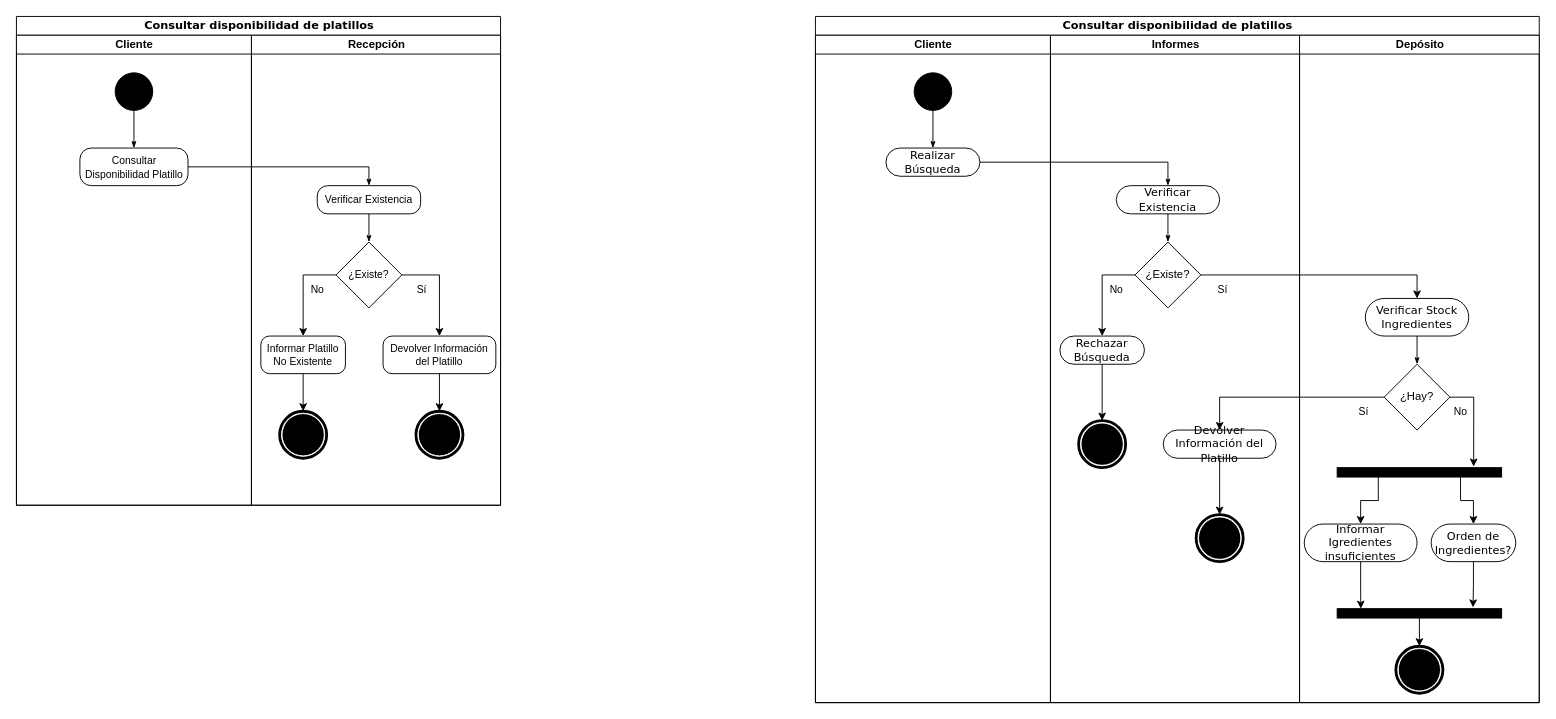
Before: TP1/diagramas/actividad/Actividad - Consultar disponibilidad de platillo.drawio in mauro7x/aninfo, a draw.io diagram. Source tidied: cells renumbered, new cells numbered last; positions are measured from the earlier drawing's top-left corner, leaving out a move shared by most shapes. Both pictures are drawn from the tidied source at 94%, with x=0, y=0 at pixel (16, 16).
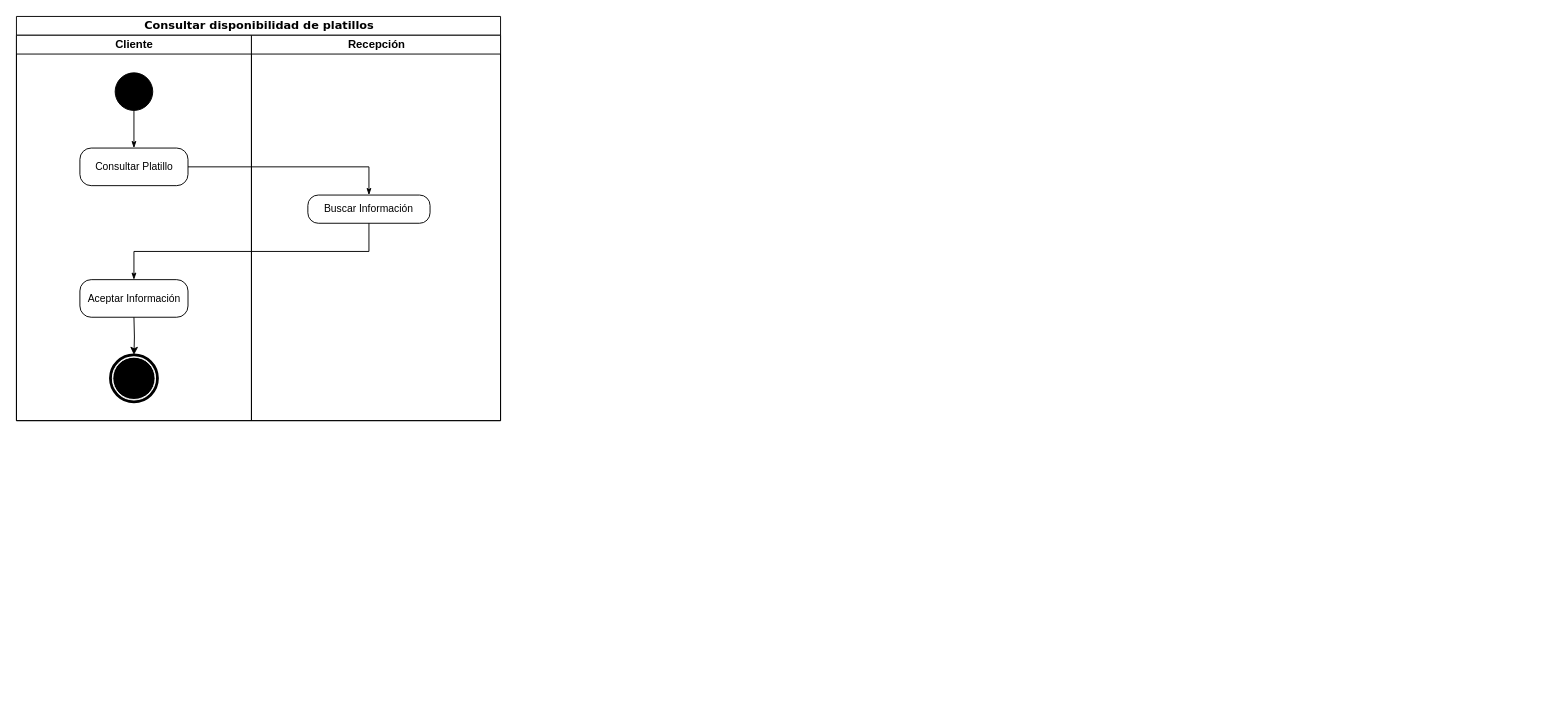
Above is the later version.

Commit message (it also covers changes not shown here):
Corregidos diagramas de actividad

The edit, as a diff of the source:
```diff
@@
     <mxCell id="2" value="Consultar disponibilidad de platillos" style="swimlane;html=1;startSize=20;rounded=0;shadow=0;comic=0;labelBackgroundColor=none;strokeWidth=1;fontFamily=Verdana;fontSize=12;align=center;" parent="1" vertex="1">
-      <mxGeometry width="515" height="520" as="geometry" />
+      <mxGeometry width="515" height="430" as="geometry" />
     </mxCell>
     <mxCell id="3" value="Cliente" style="swimlane;html=1;startSize=20;" parent="2" vertex="1">
-      <mxGeometry y="20" width="250" height="500" as="geometry" />
+      <mxGeometry y="20" width="250" height="410" as="geometry" />
     </mxCell>
-    <mxCell id="4" value="&lt;font style=&quot;font-size: 11px&quot;&gt;Consultar Disponibilidad Platillo&lt;/font&gt;" style="rounded=1;whiteSpace=wrap;html=1;shadow=0;comic=0;labelBackgroundColor=none;strokeWidth=1;fontFamily=Helvetica;fontSize=12;align=center;arcSize=30;" parent="3" vertex="1">
+    <mxCell id="4" value="&lt;font style=&quot;font-size: 11px&quot;&gt;Consultar Platillo&lt;/font&gt;" style="rounded=1;whiteSpace=wrap;html=1;shadow=0;comic=0;labelBackgroundColor=none;strokeWidth=1;fontFamily=Helvetica;fontSize=12;align=center;arcSize=30;" parent="3" vertex="1">
       <mxGeometry x="67.5" y="120" width="115" height="40" as="geometry" />
     </mxCell>
@@
+    <mxCell id="62" value="&lt;font style=&quot;font-size: 11px&quot;&gt;Aceptar Información&lt;/font&gt;" style="rounded=1;whiteSpace=wrap;html=1;shadow=0;comic=0;labelBackgroundColor=none;strokeWidth=1;fontFamily=Helvetica;fontSize=12;align=center;arcSize=30;" parent="3" vertex="1">
+      <mxGeometry x="67.5" y="260" width="115" height="40" as="geometry" />
+    </mxCell>
+    <mxCell id="63" style="edgeStyle=orthogonalEdgeStyle;rounded=0;jettySize=auto;html=1;entryX=0.5;entryY=0;entryDx=0;entryDy=0;exitX=0.5;exitY=1;exitDx=0;exitDy=0;fontFamily=Helvetica;" parent="3" edge="1" target="64">
+      <mxGeometry relative="1" as="geometry">
+        <mxPoint x="125" y="300" as="sourcePoint" />
+      </mxGeometry>
+    </mxCell>
+    <mxCell id="64" style="shape=mxgraph.bpmn.shape;html=1;verticalLabelPosition=bottom;labelBackgroundColor=#ffffff;verticalAlign=top;align=center;perimeter=ellipsePerimeter;outlineConnect=0;outline=end;symbol=terminate;fontFamily=Helvetica;" parent="3" vertex="1">
+      <mxGeometry x="100" y="340" width="50" height="50" as="geometry" />
+    </mxCell>
@@
     <mxCell id="8" value="Recepción" style="swimlane;html=1;startSize=20;" parent="2" vertex="1">
-      <mxGeometry x="250" y="20" width="265" height="500" as="geometry" />
+      <mxGeometry x="250" y="20" width="265" height="410" as="geometry" />
     </mxCell>
-    <mxCell id="9" value="Informar Platillo No Existente" style="rounded=1;whiteSpace=wrap;html=1;shadow=0;comic=0;labelBackgroundColor=none;strokeWidth=1;fontFamily=Helvetica;fontSize=11;align=center;arcSize=23;" parent="8" vertex="1">
-      <mxGeometry x="10" y="320" width="90" height="40" as="geometry" />
-    </mxCell>
-    <mxCell id="10" style="edgeStyle=orthogonalEdgeStyle;rounded=0;jettySize=auto;html=1;entryX=0.5;entryY=0;entryDx=0;entryDy=0;exitX=0.5;exitY=1;exitDx=0;exitDy=0;fontFamily=Helvetica;" parent="8" edge="1" source="9" target="11">
-      <mxGeometry relative="1" as="geometry" />
-    </mxCell>
-    <mxCell id="11" style="shape=mxgraph.bpmn.shape;html=1;verticalLabelPosition=bottom;labelBackgroundColor=#ffffff;verticalAlign=top;align=center;perimeter=ellipsePerimeter;outlineConnect=0;outline=end;symbol=terminate;fontFamily=Helvetica;" parent="8" vertex="1">
-      <mxGeometry x="30" y="400" width="50" height="50" as="geometry" />
-    </mxCell>
-    <mxCell id="12" value="Verificar Existencia" style="rounded=1;whiteSpace=wrap;html=1;shadow=0;comic=0;labelBackgroundColor=none;strokeWidth=1;fontFamily=Helvetica;fontSize=11;align=center;arcSize=37;" parent="8" vertex="1">
-      <mxGeometry x="70" y="160" width="110" height="30" as="geometry" />
+    <mxCell id="12" value="Buscar Información" style="rounded=1;whiteSpace=wrap;html=1;shadow=0;comic=0;labelBackgroundColor=none;strokeWidth=1;fontFamily=Helvetica;fontSize=11;align=center;arcSize=37;" parent="8" vertex="1">
+      <mxGeometry x="60" y="170" width="130" height="30" as="geometry" />
     </mxCell>
@@
-    <mxCell id="14" style="edgeStyle=orthogonalEdgeStyle;rounded=0;html=1;labelBackgroundColor=none;startArrow=none;startFill=0;startSize=5;endArrow=classicThin;endFill=1;endSize=5;jettySize=auto;strokeWidth=1;fontFamily=Helvetica;fontSize=12;exitX=0.5;exitY=1;exitDx=0;exitDy=0;entryX=0.5;entryY=0;entryDx=0;entryDy=0;" parent="8" edge="1" source="12" target="15">
+    <mxCell id="14" style="edgeStyle=orthogonalEdgeStyle;rounded=0;html=1;labelBackgroundColor=none;startArrow=none;startFill=0;startSize=5;endArrow=classicThin;endFill=1;endSize=5;jettySize=auto;strokeWidth=1;fontFamily=Helvetica;fontSize=12;exitX=0.5;exitY=1;exitDx=0;exitDy=0;entryX=0.5;entryY=0;entryDx=0;entryDy=0;" parent="2" edge="1" source="12" target="62">
       <mxGeometry relative="1" as="geometry" />
     </mxCell>
-    <mxCell id="15" value="¿Existe?" style="rhombus;whiteSpace=wrap;html=1;fontFamily=Helvetica;fontSize=11;" parent="8" vertex="1">
-      <mxGeometry x="90" y="220" width="70" height="70" as="geometry" />
-    </mxCell>
-    <mxCell id="16" style="edgeStyle=orthogonalEdgeStyle;rounded=0;jettySize=auto;html=1;entryX=0.5;entryY=0;entryDx=0;entryDy=0;fontFamily=Helvetica;" parent="8" edge="1" source="15" target="9">
-      <mxGeometry relative="1" as="geometry">
-        <Array as="points">
-          <mxPoint x="55" y="255" />
-        </Array>
-      </mxGeometry>
-    </mxCell>
-    <mxCell id="17" value="No" style="edgeLabel;html=1;align=center;verticalAlign=middle;fontFamily=Helvetica;" parent="16" vertex="1">
-      <mxGeometry x="-0.83" y="-1" relative="1" as="geometry">
-        <mxPoint x="-11.4" y="16" as="offset" />
-      </mxGeometry>
-    </mxCell>
-    <mxCell id="18" style="edgeStyle=orthogonalEdgeStyle;rounded=0;jettySize=auto;html=1;entryX=0.5;entryY=0;entryDx=0;entryDy=0;fontFamily=Helvetica;" parent="8" edge="1" source="15" target="20">
-      <mxGeometry relative="1" as="geometry">
-        <Array as="points">
-          <mxPoint x="200" y="255" />
-        </Array>
-      </mxGeometry>
-    </mxCell>
-    <mxCell id="19" value="Sí" style="edgeLabel;html=1;align=center;verticalAlign=middle;fontFamily=Helvetica;" parent="18" vertex="1">
-      <mxGeometry x="-0.49" relative="1" as="geometry">
-        <mxPoint x="-6.9" y="15" as="offset" />
-      </mxGeometry>
-    </mxCell>
-    <mxCell id="20" value="Devolver Información del Platillo" style="rounded=1;whiteSpace=wrap;html=1;shadow=0;comic=0;labelBackgroundColor=none;strokeWidth=1;fontFamily=Helvetica;fontSize=11;align=center;arcSize=24;" parent="8" vertex="1">
-      <mxGeometry x="140" y="320" width="120" height="40" as="geometry" />
-    </mxCell>
-    <mxCell id="21" style="edgeStyle=orthogonalEdgeStyle;rounded=0;jettySize=auto;html=1;entryX=0.5;entryY=0;entryDx=0;entryDy=0;exitX=0.5;exitY=1;exitDx=0;exitDy=0;fontFamily=Helvetica;" parent="8" edge="1" source="20" target="22">
-      <mxGeometry relative="1" as="geometry" />
-    </mxCell>
-    <mxCell id="22" style="shape=mxgraph.bpmn.shape;html=1;verticalLabelPosition=bottom;labelBackgroundColor=#ffffff;verticalAlign=top;align=center;perimeter=ellipsePerimeter;outlineConnect=0;outline=end;symbol=terminate;fontFamily=Helvetica;" parent="8" vertex="1">
-      <mxGeometry x="175" y="400" width="50" height="50" as="geometry" />
-    </mxCell>
-    <mxCell id="23" value="Consultar disponibilidad de platillos" style="swimlane;html=1;startSize=20;rounded=0;shadow=0;comic=0;labelBackgroundColor=none;strokeWidth=1;fontFamily=Verdana;fontSize=12;align=center;" parent="1" vertex="1">
-      <mxGeometry x="850" width="770" height="730" as="geometry" />
-    </mxCell>
-    <mxCell id="24" value="Cliente" style="swimlane;html=1;startSize=20;" parent="23" vertex="1">
-      <mxGeometry y="20" width="250" height="710" as="geometry" />
-    </mxCell>
-    <mxCell id="25" style="ellipse;whiteSpace=wrap;html=1;rounded=0;shadow=0;comic=0;labelBackgroundColor=none;strokeWidth=1;fillColor=#000000;fontFamily=Verdana;fontSize=12;align=center;" parent="24" vertex="1">
-      <mxGeometry x="105" y="40" width="40" height="40" as="geometry" />
-    </mxCell>
-    <mxCell id="26" style="edgeStyle=orthogonalEdgeStyle;rounded=0;html=1;labelBackgroundColor=none;startArrow=none;startFill=0;startSize=5;endArrow=classicThin;endFill=1;endSize=5;jettySize=auto;strokeWidth=1;fontFamily=Verdana;fontSize=12;entryX=0.5;entryY=0;entryDx=0;entryDy=0;" parent="24" edge="1" source="25" target="27">
-      <mxGeometry relative="1" as="geometry" />
-    </mxCell>
-    <mxCell id="27" value="Realizar&lt;br&gt;Búsqueda" style="rounded=1;whiteSpace=wrap;html=1;shadow=0;comic=0;labelBackgroundColor=none;strokeWidth=1;fontFamily=Verdana;fontSize=12;align=center;arcSize=50;" parent="24" vertex="1">
-      <mxGeometry x="75" y="120" width="100" height="30" as="geometry" />
-    </mxCell>
-    <mxCell id="28" style="edgeStyle=orthogonalEdgeStyle;rounded=0;html=1;entryX=0.5;entryY=0;labelBackgroundColor=none;startArrow=none;startFill=0;startSize=5;endArrow=classicThin;endFill=1;endSize=5;jettySize=auto;strokeWidth=1;fontFamily=Verdana;fontSize=12;entryDx=0;entryDy=0;exitX=1;exitY=0.5;exitDx=0;exitDy=0;" parent="23" edge="1" source="27" target="33">
-      <mxGeometry relative="1" as="geometry">
-        <Array as="points">
-          <mxPoint x="375" y="155" />
-        </Array>
-      </mxGeometry>
-    </mxCell>
-    <mxCell id="29" value="Informes" style="swimlane;html=1;startSize=20;" parent="23" vertex="1">
-      <mxGeometry x="250" y="20" width="265" height="710" as="geometry" />
-    </mxCell>
-    <mxCell id="30" value="Rechazar Búsqueda" style="rounded=1;whiteSpace=wrap;html=1;shadow=0;comic=0;labelBackgroundColor=none;strokeWidth=1;fontFamily=Verdana;fontSize=12;align=center;arcSize=50;" parent="29" vertex="1">
-      <mxGeometry x="10" y="320" width="90" height="30" as="geometry" />
-    </mxCell>
-    <mxCell id="31" style="edgeStyle=orthogonalEdgeStyle;rounded=0;jettySize=auto;html=1;entryX=0.5;entryY=0;entryDx=0;entryDy=0;exitX=0.5;exitY=1;exitDx=0;exitDy=0;" parent="29" edge="1" source="30" target="32">
-      <mxGeometry relative="1" as="geometry" />
-    </mxCell>
-    <mxCell id="32" style="shape=mxgraph.bpmn.shape;html=1;verticalLabelPosition=bottom;labelBackgroundColor=#ffffff;verticalAlign=top;align=center;perimeter=ellipsePerimeter;outlineConnect=0;outline=end;symbol=terminate;" parent="29" vertex="1">
-      <mxGeometry x="30" y="410" width="50" height="50" as="geometry" />
-    </mxCell>
-    <mxCell id="33" value="Verificar Existencia" style="rounded=1;whiteSpace=wrap;html=1;shadow=0;comic=0;labelBackgroundColor=none;strokeWidth=1;fontFamily=Verdana;fontSize=12;align=center;arcSize=50;" parent="29" vertex="1">
-      <mxGeometry x="70" y="160" width="110" height="30" as="geometry" />
-    </mxCell>
-    <mxCell id="34" style="edgeStyle=orthogonalEdgeStyle;rounded=0;orthogonalLoop=1;jettySize=auto;html=1;exitX=0.5;exitY=1;exitDx=0;exitDy=0;entryX=0.5;entryY=0;entryDx=0;entryDy=0;" parent="29" edge="1">
-      <mxGeometry relative="1" as="geometry">
-        <mxPoint x="125" y="670" as="sourcePoint" />
-      </mxGeometry>
-    </mxCell>
-    <mxCell id="35" style="edgeStyle=orthogonalEdgeStyle;rounded=0;html=1;labelBackgroundColor=none;startArrow=none;startFill=0;startSize=5;endArrow=classicThin;endFill=1;endSize=5;jettySize=auto;strokeWidth=1;fontFamily=Verdana;fontSize=12;exitX=0.5;exitY=1;exitDx=0;exitDy=0;entryX=0.5;entryY=0;entryDx=0;entryDy=0;" parent="29" edge="1" source="33" target="36">
-      <mxGeometry relative="1" as="geometry" />
-    </mxCell>
-    <mxCell id="36" value="¿Existe?" style="rhombus;whiteSpace=wrap;html=1;" parent="29" vertex="1">
-      <mxGeometry x="90" y="220" width="70" height="70" as="geometry" />
-    </mxCell>
-    <mxCell id="37" style="edgeStyle=orthogonalEdgeStyle;rounded=0;jettySize=auto;html=1;entryX=0.5;entryY=0;entryDx=0;entryDy=0;" parent="29" edge="1" source="36" target="30">
-      <mxGeometry relative="1" as="geometry">
-        <Array as="points">
-          <mxPoint x="55" y="255" />
-        </Array>
-      </mxGeometry>
-    </mxCell>
-    <mxCell id="38" value="No" style="edgeLabel;html=1;align=center;verticalAlign=middle;" parent="37" vertex="1">
-      <mxGeometry x="-0.83" y="-1" relative="1" as="geometry">
-        <mxPoint x="-11.4" y="16" as="offset" />
-      </mxGeometry>
-    </mxCell>
-    <mxCell id="39" style="edgeStyle=orthogonalEdgeStyle;rounded=0;jettySize=auto;html=1;entryX=0.5;entryY=0;entryDx=0;entryDy=0;exitX=0.5;exitY=1;exitDx=0;exitDy=0;" parent="29" edge="1" source="41" target="40">
-      <mxGeometry relative="1" as="geometry" />
-    </mxCell>
-    <mxCell id="40" style="shape=mxgraph.bpmn.shape;html=1;verticalLabelPosition=bottom;labelBackgroundColor=#ffffff;verticalAlign=top;align=center;perimeter=ellipsePerimeter;outlineConnect=0;outline=end;symbol=terminate;" parent="29" vertex="1">
-      <mxGeometry x="155" y="510" width="50" height="50" as="geometry" />
-    </mxCell>
-    <mxCell id="41" value="Devolver Información del Platillo" style="rounded=1;whiteSpace=wrap;html=1;shadow=0;comic=0;labelBackgroundColor=none;strokeWidth=1;fontFamily=Verdana;fontSize=12;align=center;arcSize=50;" parent="29" vertex="1">
-      <mxGeometry x="120" y="420" width="120" height="30" as="geometry" />
-    </mxCell>
-    <mxCell id="42" style="edgeStyle=orthogonalEdgeStyle;rounded=0;jettySize=auto;html=1;entryX=0.5;entryY=0;entryDx=0;entryDy=0;" parent="23" edge="1" source="36" target="54">
-      <mxGeometry relative="1" as="geometry">
-        <Array as="points">
-          <mxPoint x="640" y="275" />
-        </Array>
-      </mxGeometry>
-    </mxCell>
-    <mxCell id="43" value="Sí" style="edgeLabel;html=1;align=center;verticalAlign=middle;" parent="42" vertex="1">
-      <mxGeometry x="-0.49" relative="1" as="geometry">
-        <mxPoint x="-42.8" y="15" as="offset" />
-      </mxGeometry>
-    </mxCell>
-    <mxCell id="44" style="edgeStyle=orthogonalEdgeStyle;rounded=0;jettySize=auto;html=1;exitX=0;exitY=0.5;exitDx=0;exitDy=0;entryX=0.5;entryY=0;entryDx=0;entryDy=0;" parent="23" edge="1" source="53" target="41">
-      <mxGeometry relative="1" as="geometry">
-        <Array as="points">
-          <mxPoint x="430" y="405" />
-        </Array>
-      </mxGeometry>
-    </mxCell>
-    <mxCell id="45" value="Sí" style="edgeLabel;html=1;align=center;verticalAlign=middle;" parent="44" vertex="1">
-      <mxGeometry x="-0.49" relative="1" as="geometry">
-        <mxPoint x="31.7" y="15" as="offset" />
-      </mxGeometry>
-    </mxCell>
-    <mxCell id="46" value="Depósito" style="swimlane;html=1;startSize=20;" parent="23" vertex="1">
-      <mxGeometry x="515" y="20" width="255" height="710" as="geometry" />
-    </mxCell>
-    <mxCell id="47" style="edgeStyle=orthogonalEdgeStyle;rounded=0;html=1;labelBackgroundColor=none;startArrow=none;startFill=0;startSize=5;endArrow=classicThin;endFill=1;endSize=5;jettySize=auto;strokeWidth=1;fontFamily=Verdana;fontSize=12;exitX=0.5;exitY=1;exitDx=0;exitDy=0;entryX=0.5;entryY=0;entryDx=0;entryDy=0;" parent="46" edge="1" source="54" target="53">
-      <mxGeometry relative="1" as="geometry" />
-    </mxCell>
-    <mxCell id="48" style="edgeStyle=orthogonalEdgeStyle;rounded=0;jettySize=auto;html=1;exitX=0.5;exitY=1;exitDx=0;exitDy=0;entryX=0.144;entryY=0.007;entryDx=0;entryDy=0;entryPerimeter=0;" parent="46" edge="1" source="49" target="58">
-      <mxGeometry relative="1" as="geometry">
-        <Array as="points">
-          <mxPoint x="65" y="590" />
-          <mxPoint x="65" y="590" />
-        </Array>
-      </mxGeometry>
-    </mxCell>
-    <mxCell id="49" value="Informar Igredientes insuficientes" style="rounded=1;whiteSpace=wrap;html=1;shadow=0;comic=0;labelBackgroundColor=none;strokeWidth=1;fontFamily=Verdana;fontSize=12;align=center;arcSize=50;" parent="46" vertex="1">
-      <mxGeometry x="5" y="520" width="120" height="40" as="geometry" />
-    </mxCell>
-    <mxCell id="50" style="edgeStyle=orthogonalEdgeStyle;rounded=0;jettySize=auto;html=1;exitX=0.25;exitY=1;exitDx=0;exitDy=0;entryX=0.5;entryY=0;entryDx=0;entryDy=0;" parent="46" edge="1" source="52" target="49">
-      <mxGeometry relative="1" as="geometry" />
-    </mxCell>
-    <mxCell id="51" style="edgeStyle=orthogonalEdgeStyle;rounded=0;jettySize=auto;html=1;exitX=0.75;exitY=1;exitDx=0;exitDy=0;" parent="46" edge="1" source="52" target="60">
-      <mxGeometry relative="1" as="geometry" />
-    </mxCell>
-    <mxCell id="52" style="whiteSpace=wrap;html=1;rounded=0;shadow=0;comic=0;labelBackgroundColor=none;strokeWidth=1;fillColor=#000000;fontFamily=Verdana;fontSize=12;align=center;rotation=0;" parent="46" vertex="1">
-      <mxGeometry x="40" y="460" width="175" height="10" as="geometry" />
-    </mxCell>
-    <mxCell id="53" value="¿Hay?" style="rhombus;whiteSpace=wrap;html=1;" parent="46" vertex="1">
-      <mxGeometry x="90" y="350" width="70" height="70" as="geometry" />
-    </mxCell>
-    <mxCell id="54" value="Verificar Stock Ingredientes" style="rounded=1;whiteSpace=wrap;html=1;shadow=0;comic=0;labelBackgroundColor=none;strokeWidth=1;fontFamily=Verdana;fontSize=12;align=center;arcSize=50;" parent="46" vertex="1">
-      <mxGeometry x="70" y="280" width="110" height="40" as="geometry" />
-    </mxCell>
-    <mxCell id="55" style="edgeStyle=orthogonalEdgeStyle;rounded=0;jettySize=auto;html=1;entryX=0.83;entryY=-0.117;entryDx=0;entryDy=0;exitX=1;exitY=0.5;exitDx=0;exitDy=0;entryPerimeter=0;" parent="46" edge="1" source="53" target="52">
-      <mxGeometry relative="1" as="geometry">
-        <Array as="points">
-          <mxPoint x="185" y="385" />
-        </Array>
-      </mxGeometry>
-    </mxCell>
-    <mxCell id="56" value="No" style="edgeLabel;html=1;align=center;verticalAlign=middle;" parent="55" vertex="1">
-      <mxGeometry x="-0.83" y="-1" relative="1" as="geometry">
-        <mxPoint x="2" y="14" as="offset" />
-      </mxGeometry>
-    </mxCell>
-    <mxCell id="57" style="edgeStyle=orthogonalEdgeStyle;rounded=0;jettySize=auto;html=1;entryX=0.5;entryY=0;entryDx=0;entryDy=0;exitX=0.5;exitY=1;exitDx=0;exitDy=0;" parent="46" edge="1" source="58" target="59">
-      <mxGeometry relative="1" as="geometry" />
-    </mxCell>
-    <mxCell id="58" style="whiteSpace=wrap;html=1;rounded=0;shadow=0;comic=0;labelBackgroundColor=none;strokeWidth=1;fillColor=#000000;fontFamily=Verdana;fontSize=12;align=center;rotation=0;" parent="46" vertex="1">
-      <mxGeometry x="40" y="610" width="175" height="10" as="geometry" />
-    </mxCell>
-    <mxCell id="59" style="shape=mxgraph.bpmn.shape;html=1;verticalLabelPosition=bottom;labelBackgroundColor=#ffffff;verticalAlign=top;align=center;perimeter=ellipsePerimeter;outlineConnect=0;outline=end;symbol=terminate;" parent="46" vertex="1">
-      <mxGeometry x="102.5" y="650" width="50" height="50" as="geometry" />
-    </mxCell>
-    <mxCell id="60" value="Orden de&lt;br&gt;Ingredientes?" style="rounded=1;whiteSpace=wrap;html=1;shadow=0;comic=0;labelBackgroundColor=none;strokeWidth=1;fontFamily=Verdana;fontSize=12;align=center;arcSize=50;" parent="46" vertex="1">
-      <mxGeometry x="140" y="520" width="90" height="40" as="geometry" />
-    </mxCell>
-    <mxCell id="61" style="edgeStyle=orthogonalEdgeStyle;rounded=0;jettySize=auto;html=1;exitX=0.5;exitY=1;exitDx=0;exitDy=0;entryX=0.826;entryY=-0.131;entryDx=0;entryDy=0;entryPerimeter=0;" parent="46" edge="1" source="60" target="58">
-      <mxGeometry relative="1" as="geometry">
-        <Array as="points">
-          <mxPoint x="185" y="585" />
-        </Array>
-      </mxGeometry>
-    </mxCell>
```
